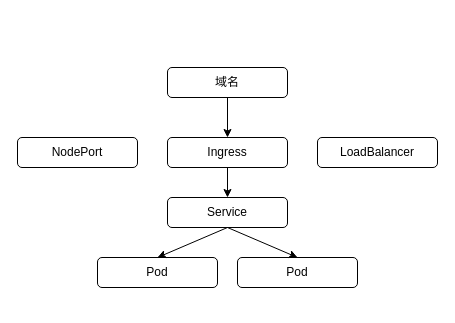
The draw.io diagram kubernetes/ingress.drawio in llussy/draw, before the edit. Source tidied: cells renumbered, new cells numbered last; positions are measured from the earlier drawing's top-left corner, leaving out a move shared by most shapes. Both pictures are drawn from the tidied source at 100%, with x=0, y=0 at pixel (17, 67).
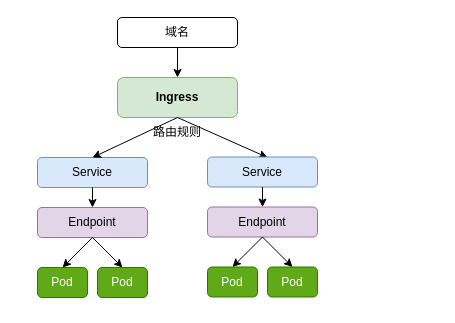
Above is the later version.

Diff of the diagram source:
```diff
@@
     <mxCell id="3" value="域名" style="rounded=1;whiteSpace=wrap;html=1;" parent="1" vertex="1">
-      <mxGeometry x="150" width="120" height="30" as="geometry" />
+      <mxGeometry x="100" y="-50" width="120" height="30" as="geometry" />
     </mxCell>
-    <mxCell id="4" style="edgeStyle=orthogonalEdgeStyle;rounded=0;jettySize=auto;html=1;" parent="1" edge="1" source="5" target="8">
-      <mxGeometry relative="1" as="geometry" />
-    </mxCell>
-    <mxCell id="5" value="Ingress" style="rounded=1;whiteSpace=wrap;html=1;" parent="1" vertex="1">
-      <mxGeometry x="150" y="70" width="120" height="30" as="geometry" />
+    <mxCell id="5" value="&lt;b&gt;Ingress&lt;/b&gt;" style="rounded=1;whiteSpace=wrap;html=1;fillColor=#d5e8d4;strokeColor=#82b366;" parent="1" vertex="1">
+      <mxGeometry x="100" y="10" width="120" height="40" as="geometry" />
     </mxCell>
-    <mxCell id="6" value="LoadBalancer" style="rounded=1;whiteSpace=wrap;html=1;" parent="1" vertex="1">
-      <mxGeometry x="300" y="70" width="120" height="30" as="geometry" />
-    </mxCell>
-    <mxCell id="7" value="NodePort" style="rounded=1;whiteSpace=wrap;html=1;" parent="1" vertex="1">
-      <mxGeometry y="70" width="120" height="30" as="geometry" />
-    </mxCell>
-    <mxCell id="8" value="Service" style="rounded=1;whiteSpace=wrap;html=1;" parent="1" vertex="1">
-      <mxGeometry x="150" y="130" width="120" height="30" as="geometry" />
+    <mxCell id="8" value="Endpoint" style="rounded=1;whiteSpace=wrap;html=1;fillColor=#e1d5e7;strokeColor=#9673a6;" parent="1" vertex="1">
+      <mxGeometry x="20" y="140" width="110" height="30" as="geometry" />
     </mxCell>
-    <mxCell id="9" value="Pod" style="rounded=1;whiteSpace=wrap;html=1;" parent="1" vertex="1">
-      <mxGeometry x="80" y="190" width="120" height="30" as="geometry" />
+    <mxCell id="9" value="Pod" style="rounded=1;whiteSpace=wrap;html=1;fillColor=#60a917;fontColor=#ffffff;strokeColor=#2D7600;" parent="1" vertex="1">
+      <mxGeometry x="20" y="200" width="50" height="30" as="geometry" />
     </mxCell>
-    <mxCell id="10" value="Pod" style="rounded=1;whiteSpace=wrap;html=1;" parent="1" vertex="1">
-      <mxGeometry x="220" y="190" width="120" height="30" as="geometry" />
+    <mxCell id="10" value="Pod" style="rounded=1;whiteSpace=wrap;html=1;fillColor=#60a917;fontColor=#ffffff;strokeColor=#2D7600;" parent="1" vertex="1">
+      <mxGeometry x="80" y="200" width="50" height="30" as="geometry" />
     </mxCell>
@@
-    <mxCell id="12" style="endArrow=classic;html=1;rounded=0;entryX=0.5;entryY=0;entryDx=0;entryDy=0;" parent="1" edge="1" target="10">
-      <mxGeometry relative="1" as="geometry">
-        <mxPoint x="210" y="160" as="sourcePoint" />
-      </mxGeometry>
+    <mxCell id="12" style="endArrow=classic;html=1;rounded=0;entryX=0.5;entryY=0;entryDx=0;entryDy=0;exitX=0.5;exitY=1;exitDx=0;exitDy=0;" parent="1" edge="1" source="8" target="10">
+      <mxGeometry relative="1" as="geometry" />
     </mxCell>
+    <mxCell id="13" value="Service" style="rounded=1;whiteSpace=wrap;html=1;fillColor=#dae8fc;strokeColor=#6c8ebf;" parent="1" vertex="1">
+      <mxGeometry x="20" y="90" width="110" height="30" as="geometry" />
+    </mxCell>
+    <mxCell id="14" style="endArrow=classic;html=1;rounded=0;exitX=0.5;exitY=1;exitDx=0;exitDy=0;entryX=0.5;entryY=0;entryDx=0;entryDy=0;" parent="1" edge="1" source="13" target="8">
+      <mxGeometry relative="1" as="geometry" />
+    </mxCell>
+    <mxCell id="15" style="endArrow=classic;html=1;rounded=0;exitX=0.5;exitY=1;exitDx=0;exitDy=0;entryX=0.5;entryY=0;entryDx=0;entryDy=0;" parent="1" edge="1" source="5" target="13">
+      <mxGeometry relative="1" as="geometry" />
+    </mxCell>
+    <mxCell id="16" style="endArrow=classic;html=1;rounded=0;exitX=0.5;exitY=1;exitDx=0;exitDy=0;entryX=0.5;entryY=0;entryDx=0;entryDy=0;" parent="1" edge="1" source="5">
+      <mxGeometry relative="1" as="geometry">
+        <mxPoint x="250" y="90" as="targetPoint" />
+      </mxGeometry>
+    </mxCell>
+    <mxCell id="17" style="edgeStyle=orthogonalEdgeStyle;rounded=0;orthogonalLoop=1;jettySize=auto;html=1;exitX=0.5;exitY=1;exitDx=0;exitDy=0;" parent="1" edge="1" source="10" target="10">
+      <mxGeometry relative="1" as="geometry" />
+    </mxCell>
+    <mxCell id="18" value="Endpoint" style="rounded=1;whiteSpace=wrap;html=1;fillColor=#e1d5e7;strokeColor=#9673a6;" parent="1" vertex="1">
+      <mxGeometry x="190" y="139.5" width="110" height="30" as="geometry" />
+    </mxCell>
+    <mxCell id="19" value="Pod" style="rounded=1;whiteSpace=wrap;html=1;fillColor=#60a917;fontColor=#ffffff;strokeColor=#2D7600;" parent="1" vertex="1">
+      <mxGeometry x="190" y="199.5" width="50" height="30" as="geometry" />
+    </mxCell>
+    <mxCell id="20" value="Pod" style="rounded=1;whiteSpace=wrap;html=1;fillColor=#60a917;fontColor=#ffffff;strokeColor=#2D7600;" parent="1" vertex="1">
+      <mxGeometry x="250" y="199.5" width="50" height="30" as="geometry" />
+    </mxCell>
+    <mxCell id="21" style="endArrow=classic;html=1;rounded=0;exitX=0.5;exitY=1;exitDx=0;exitDy=0;entryX=0.5;entryY=0;entryDx=0;entryDy=0;" parent="1" edge="1" source="18" target="19">
+      <mxGeometry relative="1" as="geometry" />
+    </mxCell>
+    <mxCell id="22" style="endArrow=classic;html=1;rounded=0;entryX=0.5;entryY=0;entryDx=0;entryDy=0;exitX=0.5;exitY=1;exitDx=0;exitDy=0;" parent="1" edge="1" source="18" target="20">
+      <mxGeometry relative="1" as="geometry" />
+    </mxCell>
+    <mxCell id="23" value="Service" style="rounded=1;whiteSpace=wrap;html=1;fillColor=#dae8fc;strokeColor=#6c8ebf;" parent="1" vertex="1">
+      <mxGeometry x="190" y="89.5" width="110" height="30" as="geometry" />
+    </mxCell>
+    <mxCell id="24" style="endArrow=classic;html=1;rounded=0;exitX=0.5;exitY=1;exitDx=0;exitDy=0;entryX=0.5;entryY=0;entryDx=0;entryDy=0;" parent="1" edge="1" source="23" target="18">
+      <mxGeometry relative="1" as="geometry" />
+    </mxCell>
+    <mxCell id="25" style="edgeStyle=orthogonalEdgeStyle;rounded=0;orthogonalLoop=1;jettySize=auto;html=1;exitX=0.5;exitY=1;exitDx=0;exitDy=0;" parent="1" edge="1" source="20" target="20">
+      <mxGeometry relative="1" as="geometry" />
+    </mxCell>
+    <mxCell id="26" value="路由规则" style="text;html=1;strokeColor=none;fillColor=none;align=center;verticalAlign=middle;whiteSpace=wrap;rounded=0;" parent="1" vertex="1">
+      <mxGeometry x="130" y="50" width="60" height="30" as="geometry" />
+    </mxCell>
```
